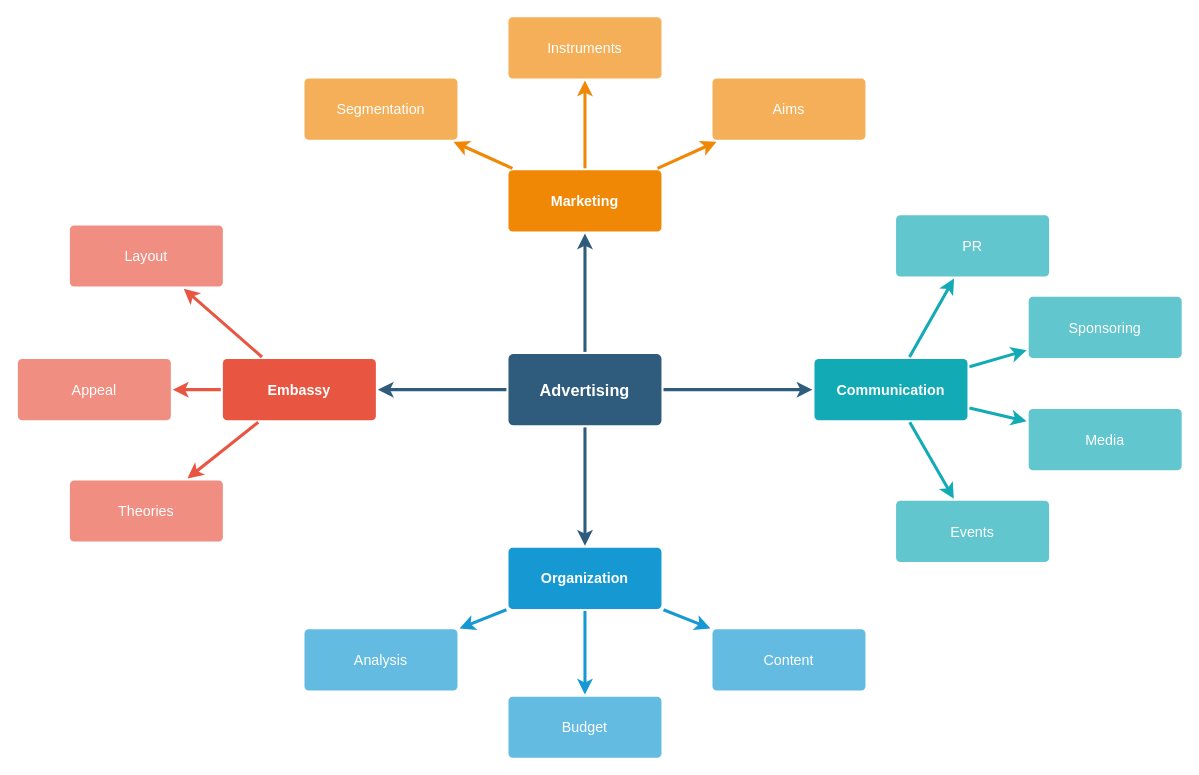
rockywade/draw keeps this draw.io diagram as 表达能力.drawio. Above is the earlier version. Source tidied: cells renumbered, new cells numbered last; positions are measured from the earlier drawing's top-left corner, leaving out a move shared by most shapes. Both pictures are drawn from the tidied source at 102%, with x=0, y=0 at pixel (17, 16).
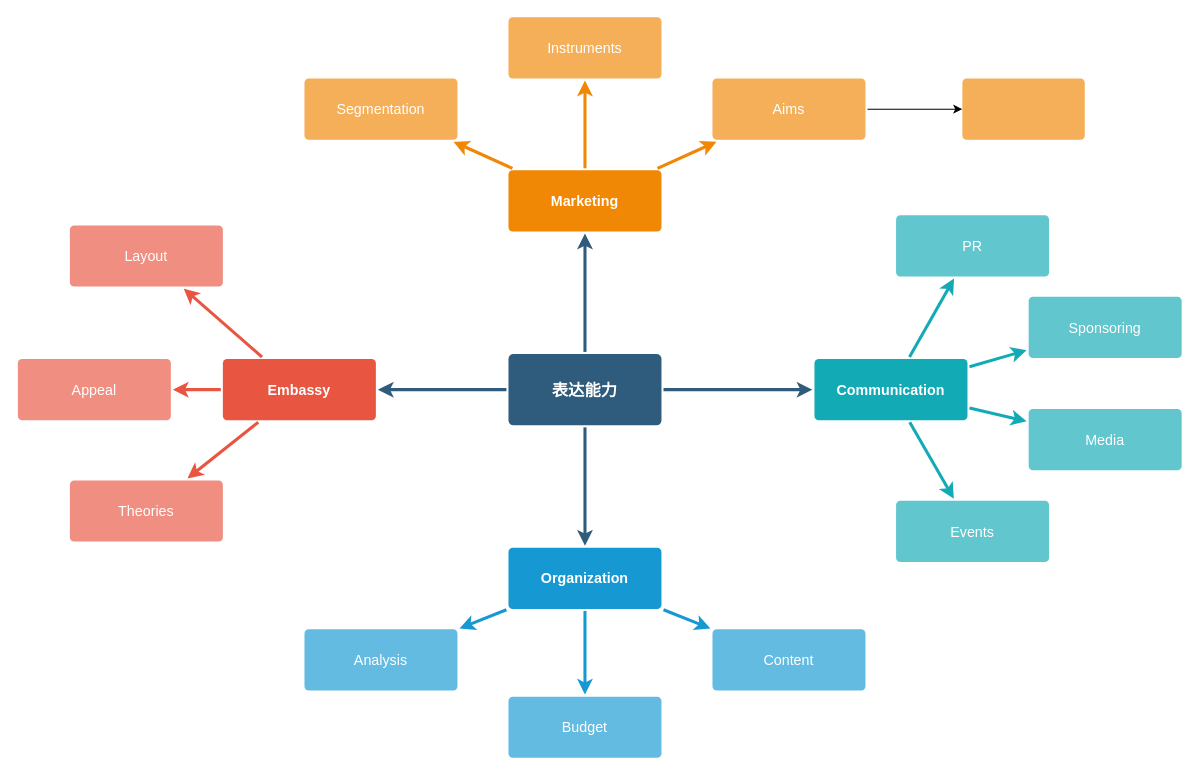
After the change.

The change refers to these unchanged cells:
```xml
<mxCell id="22" value="Aims&lt;br&gt;" style="rounded=1;whiteSpace=wrap;html=1;shadow=0;labelBackgroundColor=none;strokeColor=none;strokeWidth=3;fillColor=#f5af58;fontFamily=Helvetica;fontSize=14;fontColor=#FFFFFF;align=center;spacing=5;arcSize=7;perimeterSpacing=2;" parent="1" vertex="1">
  <mxGeometry x="681" y="60.5" width="150" height="60" as="geometry" />
</mxCell>
```

What changed in the source:
```diff
@@
-    <mxCell id="6" value="Advertising" style="rounded=1;whiteSpace=wrap;html=1;shadow=0;labelBackgroundColor=none;strokeColor=none;strokeWidth=3;fillColor=#2F5B7C;fontFamily=Helvetica;fontSize=16;fontColor=#FFFFFF;align=center;fontStyle=1;spacing=5;arcSize=7;perimeterSpacing=2;" parent="1" vertex="1">
+    <mxCell id="6" value="表达能力" style="rounded=1;whiteSpace=wrap;html=1;shadow=0;labelBackgroundColor=none;strokeColor=none;strokeWidth=3;fillColor=#2F5B7C;fontFamily=Helvetica;fontSize=16;fontColor=#FFFFFF;align=center;fontStyle=1;spacing=5;arcSize=7;perimeterSpacing=2;" parent="1" vertex="1">
       <mxGeometry x="481" y="330.5" width="150" height="70" as="geometry" />
     </mxCell>
@@
+    <mxCell id="37" style="edgeStyle=orthogonalEdgeStyle;rounded=0;jettySize=auto;html=1;" parent="1" edge="1" source="22" target="38">
+      <mxGeometry relative="1" as="geometry" />
+    </mxCell>
@@
+    <mxCell id="38" style="whiteSpace=wrap;html=1;fontSize=14;fillColor=#f5af58;strokeColor=none;fontColor=#FFFFFF;rounded=1;shadow=0;labelBackgroundColor=none;strokeWidth=3;spacing=5;arcSize=7;" parent="1" vertex="1">
+      <mxGeometry x="926" y="60.5" width="120" height="60" as="geometry" />
+    </mxCell>
```
